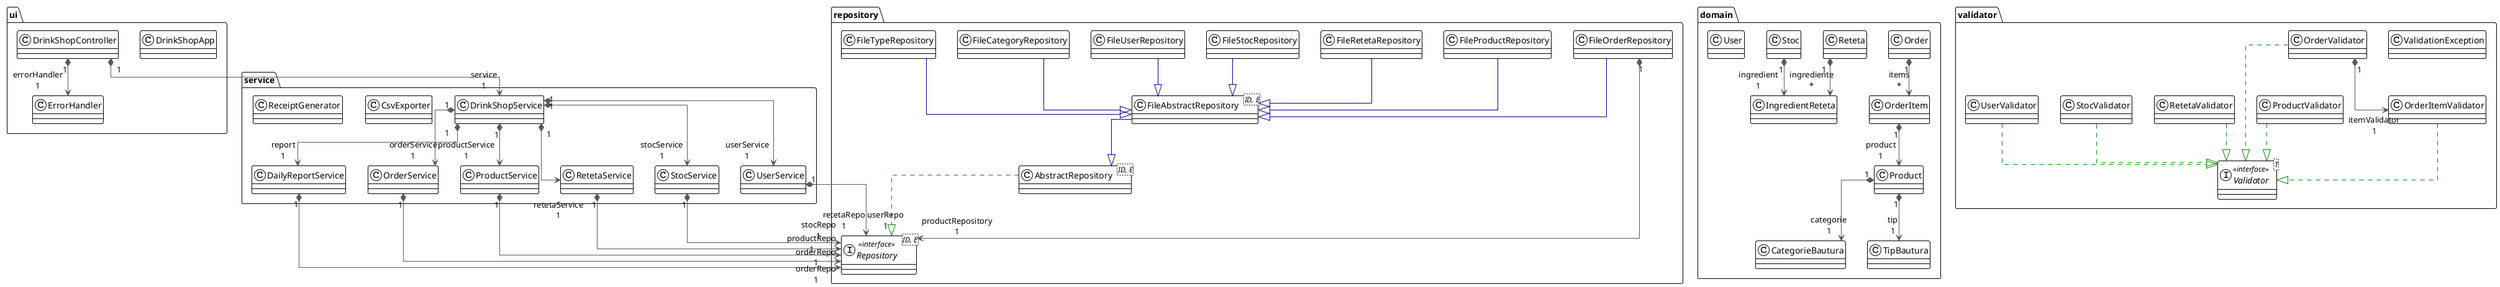
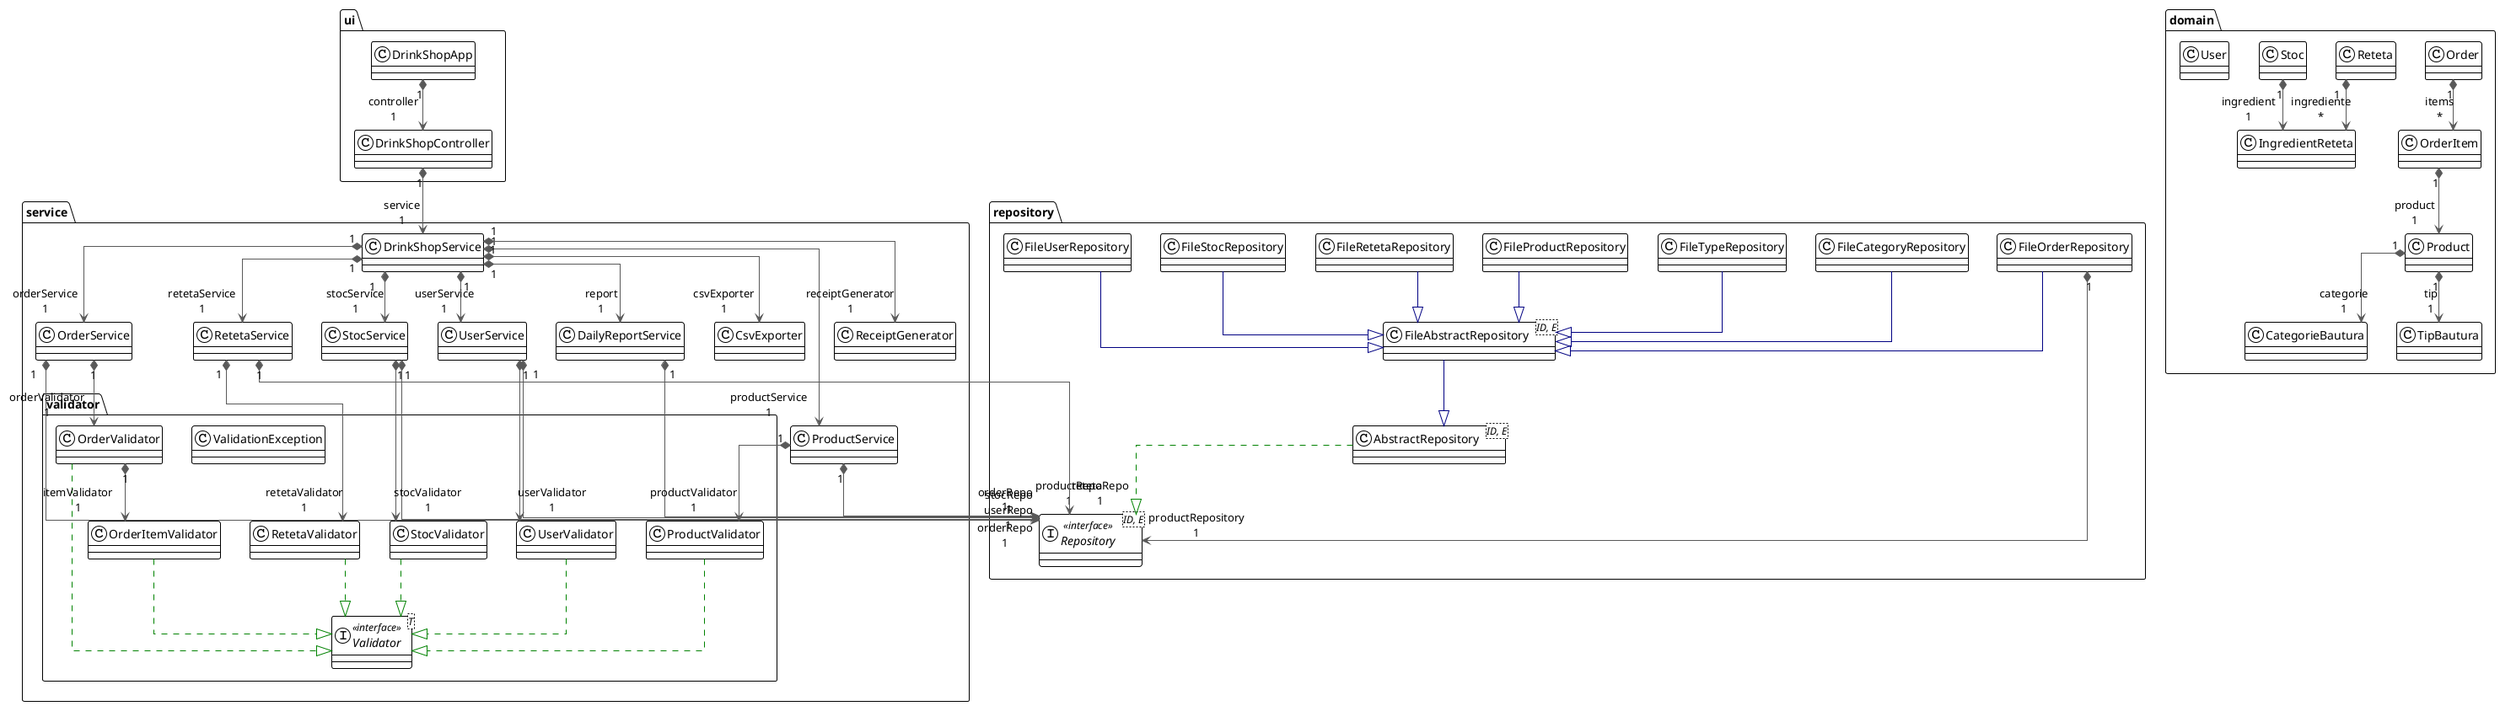
@startuml
!theme plain
top to bottom direction
skinparam linetype ortho

package "ui" {
  class DrinkShopApp
  class DrinkShopController
-   class ErrorHandler
}

package "service" {
  class DrinkShopService
  class DailyReportService
  class OrderService
  class ProductService
  class RetetaService
  class StocService
  class UserService
  class CsvExporter
  class ReceiptGenerator
+ 
+   package "validator" {
+     interface Validator<T> << interface >>
+     class ValidationException
+     class OrderValidator
+     class OrderItemValidator
+     class ProductValidator
+     class RetetaValidator
+     class StocValidator
+     class UserValidator
+   }
}

package "repository" {
  interface Repository<ID, E> << interface >>
  class AbstractRepository<ID, E>
  class FileAbstractRepository<ID, E>
  class FileOrderRepository
  class FileProductRepository
  class FileRetetaRepository
  class FileStocRepository
  class FileUserRepository
  class FileCategoryRepository
  class FileTypeRepository
}

package "domain" {
  class CategorieBautura
  class TipBautura
  class Product
  class Order
  class OrderItem
  class Reteta
  class IngredientReteta
  class Stoc
  class User
- }
- 
- package "validator" {
-   interface Validator<T> << interface >>
-   class ValidationException
-   class OrderValidator
-   class OrderItemValidator
-   class ProductValidator
-   class RetetaValidator
-   class StocValidator
-   class UserValidator
}

' --- Relatii Extindere / Implementare ---
AbstractRepository      -[#008200,dashed]-^  Repository
FileAbstractRepository  -[#000082,plain]-^  AbstractRepository
FileOrderRepository     -[#000082,plain]-^  FileAbstractRepository
FileProductRepository   -[#000082,plain]-^  FileAbstractRepository
FileRetetaRepository    -[#000082,plain]-^  FileAbstractRepository
FileStocRepository      -[#000082,plain]-^  FileAbstractRepository
FileUserRepository      -[#000082,plain]-^  FileAbstractRepository
FileCategoryRepository  -[#000082,plain]-^  FileAbstractRepository
FileTypeRepository      -[#000082,plain]-^  FileAbstractRepository

OrderItemValidator      -[#008200,dashed]-^  Validator
OrderValidator          -[#008200,dashed]-^  Validator
ProductValidator        -[#008200,dashed]-^  Validator
RetetaValidator         -[#008200,dashed]-^  Validator
StocValidator           -[#008200,dashed]-^  Validator
UserValidator           -[#008200,dashed]-^  Validator

' --- Relatii Validator ---
OrderValidator         "1" *-[#595959,plain]-> "itemValidator\n1" OrderItemValidator

' --- Relatii Domain ---
Order                  "1" *-[#595959,plain]-> "items\n*" OrderItem
OrderItem              "1" *-[#595959,plain]-> "product\n1" Product
Product                "1" *-[#595959,plain]-> "categorie\n1" CategorieBautura
Product                "1" *-[#595959,plain]-> "tip\n1" TipBautura
Reteta                 "1" *-[#595959,plain]-> "ingrediente\n*" IngredientReteta
Stoc                   "1" *-[#595959,plain]-> "ingredient\n1" IngredientReteta

' --- Relatii Service & Repository ---
FileOrderRepository    "1" *-[#595959,plain]-> "productRepository\n1" Repository

DailyReportService     "1" *-[#595959,plain]-> "orderRepo\n1" Repository
OrderService           "1" *-[#595959,plain]-> "orderRepo\n1" Repository
ProductService         "1" *-[#595959,plain]-> "productRepo\n1" Repository
RetetaService          "1" *-[#595959,plain]-> "retetaRepo\n1" Repository
StocService            "1" *-[#595959,plain]-> "stocRepo\n1" Repository
UserService            "1" *-[#595959,plain]-> "userRepo\n1" Repository

DrinkShopService       "1" *-[#595959,plain]-> "report\n1" DailyReportService
DrinkShopService       "1" *-[#595959,plain]-> "orderService\n1" OrderService
DrinkShopService       "1" *-[#595959,plain]-> "productService\n1" ProductService
DrinkShopService       "1" *-[#595959,plain]-> "retetaService\n1" RetetaService
DrinkShopService       "1" *-[#595959,plain]-> "stocService\n1" StocService
DrinkShopService       "1" *-[#595959,plain]-> "userService\n1" UserService
+ DrinkShopService       "1" *-[#595959,plain]-> "csvExporter\n1" CsvExporter
+ DrinkShopService       "1" *-[#595959,plain]-> "receiptGenerator\n1" ReceiptGenerator
+ 
+ ' --- Relatii Service & Validator ---
+ OrderService           "1" *-[#595959,plain]-> "orderValidator\n1" OrderValidator
+ ProductService         "1" *-[#595959,plain]-> "productValidator\n1" ProductValidator
+ RetetaService          "1" *-[#595959,plain]-> "retetaValidator\n1" RetetaValidator
+ StocService            "1" *-[#595959,plain]-> "stocValidator\n1" StocValidator
+ UserService            "1" *-[#595959,plain]-> "userValidator\n1" UserValidator

' --- Relatii UI ---
DrinkShopController    "1" *-[#595959,plain]-> "service\n1" DrinkShopService
- DrinkShopController    "1" *-[#595959,plain]-> "errorHandler\n1" ErrorHandler
+ DrinkShopApp    "1" *-[#595959,plain]-> "controller\n1" DrinkShopController

@enduml